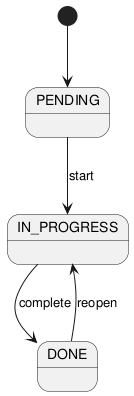
The PlantUML diagram experiments/supervisor_as_tools/user_stories/TODO/artifacts/state_diagram.png in DanielRiha8906/Software_autoevolution_using_agents, before a commit.
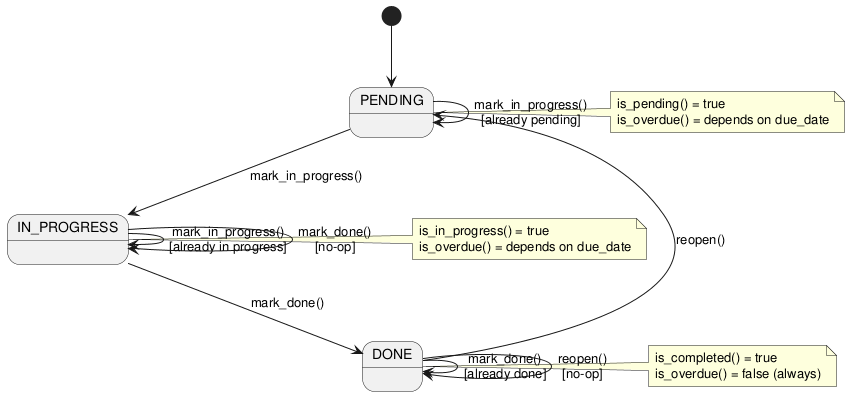
Later version of the same file.

Change to the diagram source:
```diff
@@ -2,8 +2,30 @@
 
 [*] --> PENDING
 
-PENDING --> IN_PROGRESS : start
-IN_PROGRESS --> DONE : complete
-DONE --> IN_PROGRESS : reopen
+PENDING --> PENDING : mark_in_progress()\n[already pending]
+PENDING --> IN_PROGRESS : mark_in_progress()
+
+IN_PROGRESS --> IN_PROGRESS : mark_in_progress()\n[already in progress]
+IN_PROGRESS --> IN_PROGRESS : mark_done()\n[no-op]
+IN_PROGRESS --> DONE : mark_done()
+
+DONE --> DONE : mark_done()\n[already done]
+DONE --> DONE : reopen()\n[no-op]
+DONE --> PENDING : reopen()
+
+note right of PENDING
+  is_pending() = true
+  is_overdue() = depends on due_date
+end note
+
+note right of IN_PROGRESS
+  is_in_progress() = true
+  is_overdue() = depends on due_date
+end note
+
+note right of DONE
+  is_completed() = true
+  is_overdue() = false (always)
+end note
 
 @enduml
```
